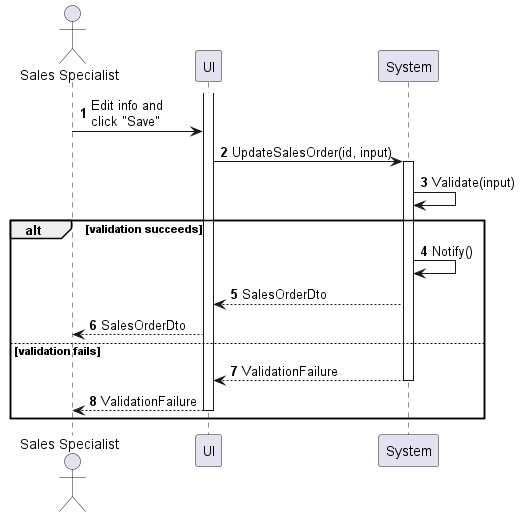
Earlier version of the PlantUML export sequences/sales-order-update.png (phihungha/scmss-reqs).
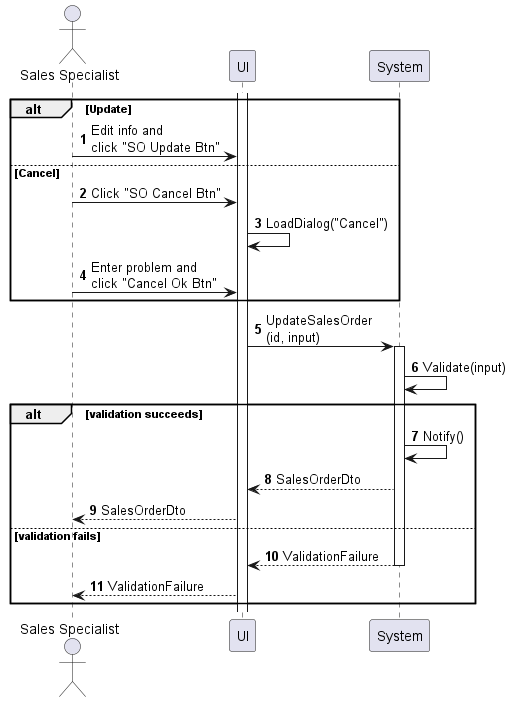
Later version of the same file.

The edit, as a diff of the source:
```diff
@@ -6,8 +6,16 @@
 participant System as b
 
 activate f
-a -> f : Edit info and\nclick "Save"
-f -> b : UpdateSalesOrder(id, input)
+
+alt Update
+    a -> f : Edit info and\nclick "SO Update Btn"
+else Cancel
+    a -> f : Click "SO Cancel Btn"
+    f -> f : LoadDialog("Cancel")
+    a -> f : Enter problem and\nclick "Cancel Ok Btn"
+end
+
+f -> b : UpdateSalesOrder\n(id, input)
 activate b
 b -> b : Validate(input)
 
@@ -18,6 +26,5 @@
 else validation fails
     return ValidationFailure
     f --> a : ValidationFailure
-    deactivate f
 end
 @enduml
```
